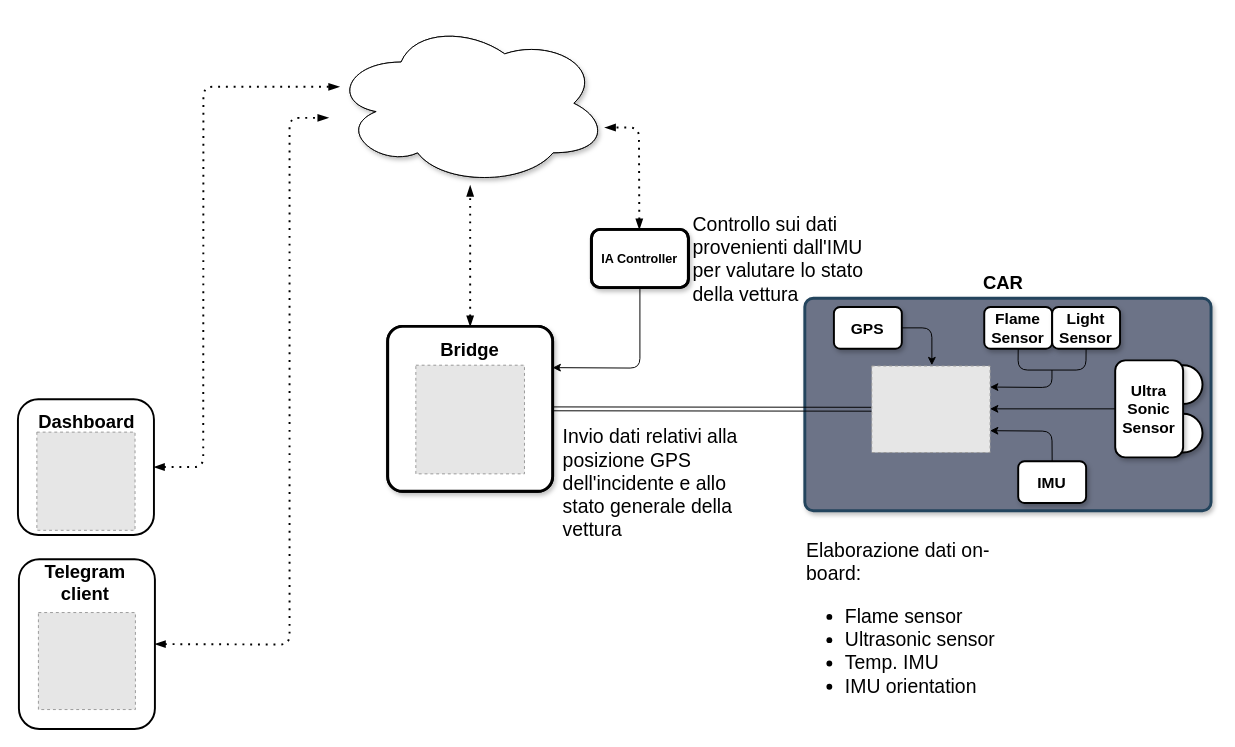
The draw.io diagram page "Pagina-1" (1 of 2) of documentation/arch.drawio in GGZ8/car_accident_detection, before the edit. Source tidied: cells renumbered, new cells numbered last; positions are measured from the earlier drawing's top-left corner, leaving out a move shared by most shapes. Both pictures are drawn from the tidied source at 97%, with x=0, y=0 at pixel (17, 20). Pictures stored in the file or linked from it are replaced by grey dashed boxes.
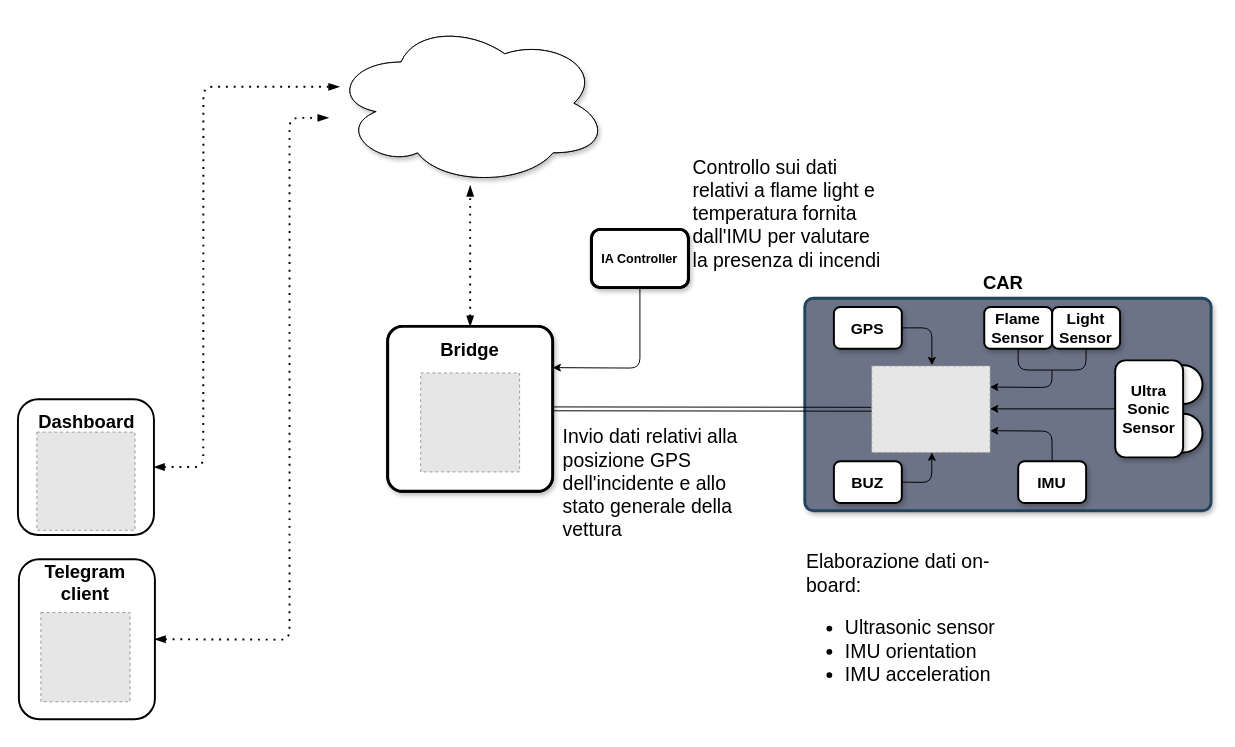
Above is the later version.

Unchanged cells that the change refers to:
```xml
<mxCell id="5" style="rounded=1;whiteSpace=wrap;html=1;strokeWidth=3;shadow=1;fillColor=none;strokeColor=none;" parent="1" vertex="1">
  <mxGeometry x="882.2" y="355" width="120" height="90" as="geometry" />
</mxCell>
```

What changed in the source:
```diff
@@
-    <mxCell id="11" style="endArrow=blockThin;dashed=1;html=1;dashPattern=1 3;strokeWidth=2;shadow=0;exitX=0.5;exitY=0;exitDx=0;exitDy=0;endFill=1;startArrow=blockThin;startFill=1;" parent="1" edge="1">
-      <mxGeometry relative="1" as="geometry">
-        <mxPoint x="640.6" y="215" as="sourcePoint" />
-        <mxPoint x="605.2" y="110" as="targetPoint" />
-        <Array as="points">
-          <mxPoint x="640.2" y="110" />
-        </Array>
-      </mxGeometry>
-    </mxCell>
@@
-    <mxCell id="26" value="&lt;font style=&quot;font-size: 20px&quot;&gt;Controllo sui dati provenienti dall'IMU per valutare lo stato della vettura&lt;/font&gt;" style="text;html=1;strokeColor=none;fillColor=none;align=left;verticalAlign=middle;whiteSpace=wrap;rounded=0;" parent="1" vertex="1">
-      <mxGeometry x="694.2" y="195" width="200" height="100" as="geometry" />
+    <mxCell id="26" value="&lt;font style=&quot;font-size: 20px&quot;&gt;Controllo sui dati relativi a flame light e temperatura fornita dall'IMU per valutare la presenza di incendi&lt;/font&gt;" style="text;html=1;strokeColor=none;fillColor=none;align=left;verticalAlign=middle;whiteSpace=wrap;rounded=0;" parent="1" vertex="1">
+      <mxGeometry x="694.2" y="140" width="200" height="116" as="geometry" />
     </mxCell>
-    <mxCell id="27" value="&lt;font style=&quot;font-size: 20px&quot;&gt;Elaborazione dati on-board:&lt;br&gt;&lt;ul&gt;&lt;li&gt;&lt;font style=&quot;font-size: 20px&quot;&gt;Flame sensor&lt;/font&gt;&lt;/li&gt;&lt;li&gt;&lt;font style=&quot;font-size: 20px&quot;&gt;Ultrasonic sensor&lt;/font&gt;&lt;/li&gt;&lt;li&gt;&lt;font style=&quot;font-size: 20px&quot;&gt;Temp. IMU&lt;/font&gt;&lt;/li&gt;&lt;li&gt;&lt;font style=&quot;font-size: 20px&quot;&gt;IMU orientation&lt;/font&gt;&lt;/li&gt;&lt;/ul&gt;&lt;/font&gt;" style="text;html=1;strokeColor=none;fillColor=none;align=left;verticalAlign=middle;whiteSpace=wrap;rounded=0;" parent="1" vertex="1">
+    <mxCell id="27" value="&lt;font style=&quot;font-size: 20px&quot;&gt;Elaborazione dati on-board:&lt;br&gt;&lt;ul&gt;&lt;li&gt;&lt;font style=&quot;font-size: 20px&quot;&gt;Ultrasonic sensor&lt;/font&gt;&lt;/li&gt;&lt;li&gt;&lt;font style=&quot;font-size: 20px&quot;&gt;IMU orientation&lt;/font&gt;&lt;/li&gt;&lt;li&gt;&lt;font style=&quot;font-size: 20px&quot;&gt;IMU acceleration&lt;/font&gt;&lt;/li&gt;&lt;/ul&gt;&lt;/font&gt;" style="text;html=1;strokeColor=none;fillColor=none;align=left;verticalAlign=middle;whiteSpace=wrap;rounded=0;" parent="1" vertex="1">
       <mxGeometry x="811.2" y="530" width="200" height="190" as="geometry" />
     </mxCell>
@@
     <mxCell id="33" style="rounded=1;whiteSpace=wrap;html=1;strokeWidth=2;" parent="1" vertex="1">
-      <mxGeometry x="1" y="555" width="140.2" height="175" as="geometry" />
+      <mxGeometry x="1" y="555" width="140.2" height="165" as="geometry" />
     </mxCell>
@@
     <mxCell id="35" style="endArrow=blockThin;dashed=1;html=1;dashPattern=1 3;strokeWidth=2;shadow=0;exitX=1;exitY=0.5;exitDx=0;exitDy=0;endFill=1;startArrow=blockThin;startFill=1;" parent="1" edge="1" source="33">
       <mxGeometry relative="1" as="geometry">
         <mxPoint x="320" y="100" as="targetPoint" />
         <Array as="points">
-          <mxPoint x="280" y="643" />
+          <mxPoint x="280" y="638" />
           <mxPoint x="280" y="100" />
         </Array>
       </mxGeometry>
     </mxCell>
-    <mxCell id="36" style="fillColor=#E6E6E6;strokeColor=#999999;dashed=1;verticalLabelPosition=bottom;labelBackgroundColor=#ffffff;verticalAlign=top;" parent="1" vertex="1">
-      <mxGeometry x="21.1" y="610" width="100" height="100" as="geometry" />
-    </mxCell>
@@
-    <mxCell id="40" style="fillColor=#E6E6E6;strokeColor=#999999;dashed=1;verticalLabelPosition=bottom;labelBackgroundColor=#ffffff;verticalAlign=top;" parent="1" vertex="1">
-      <mxGeometry x="410.2" y="355" width="112" height="112" as="geometry" />
-    </mxCell>
+    <mxCell id="41" style="fillColor=#E6E6E6;strokeColor=#999999;dashed=1;verticalLabelPosition=bottom;labelBackgroundColor=#ffffff;verticalAlign=top;" parent="1" vertex="1">
+      <mxGeometry x="415.2" y="363" width="102" height="102" as="geometry" />
+    </mxCell>
+    <mxCell id="42" style="fillColor=#E6E6E6;strokeColor=#999999;dashed=1;verticalLabelPosition=bottom;labelBackgroundColor=#ffffff;verticalAlign=top;" parent="1" vertex="1">
+      <mxGeometry x="23.6" y="610" width="92" height="92" as="geometry" />
+    </mxCell>
+    <mxCell id="43" value="&lt;b&gt;&lt;font style=&quot;font-size: 16px&quot;&gt;BUZ&lt;/font&gt;&lt;/b&gt;" style="rounded=1;whiteSpace=wrap;html=1;strokeWidth=2;fillColor=#ffffff;gradientColor=none;shadow=1;" parent="1" vertex="1">
+      <mxGeometry x="841.2" y="454" width="70" height="43" as="geometry" />
+    </mxCell>
+    <mxCell id="44" style="endArrow=classic;html=1;exitX=1;exitY=0.5;exitDx=0;exitDy=0;entryX=0.5;entryY=1;entryDx=0;entryDy=0;" parent="1" edge="1" source="43" target="5">
+      <mxGeometry relative="1" as="geometry">
+        <Array as="points">
+          <mxPoint x="942" y="476" />
+        </Array>
+      </mxGeometry>
+    </mxCell>
```
